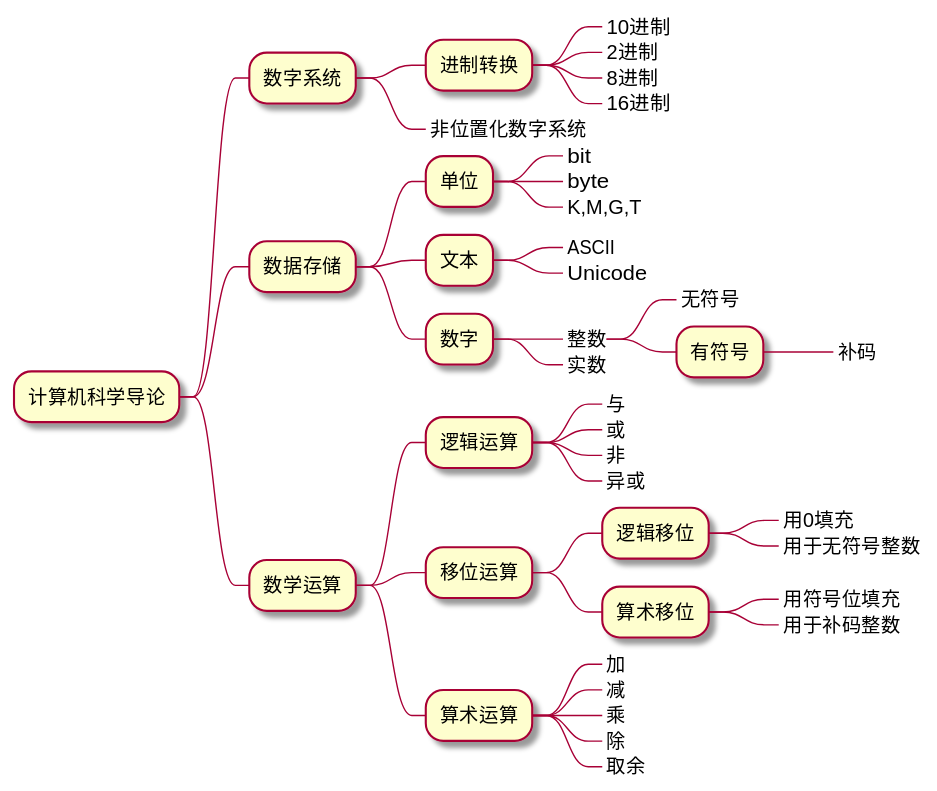
Above: img/overview.svg in linc5403/cs-intro (PlantUML), before the change. Source of this version:
```plantuml
@startmindmap
* 计算机科学导论
** 数字系统
*** 进制转换
****_ 10进制
****_ 2进制
****_ 8进制
****_ 16进制
***_ 非位置化数字系统
** 数据存储
*** 单位
****_ bit
****_ byte
****_ K,M,G,T
*** 文本
****_ ASCII
****_ Unicode
*** 数字
****_ 整数
*****_ 无符号
***** 有符号
******_ 补码
****_ 实数
** 数学运算
*** 逻辑运算
****_ 与
****_ 或
****_ 非
****_ 异或
*** 移位运算
**** 逻辑移位
*****_ 用0填充
*****_ 用于无符号整数
**** 算术移位
*****_ 用符号位填充
*****_ 用于补码整数
*** 算术运算
****_ 加
****_ 减
****_ 乘
****_ 除
****_ 取余
@endmindmap
```
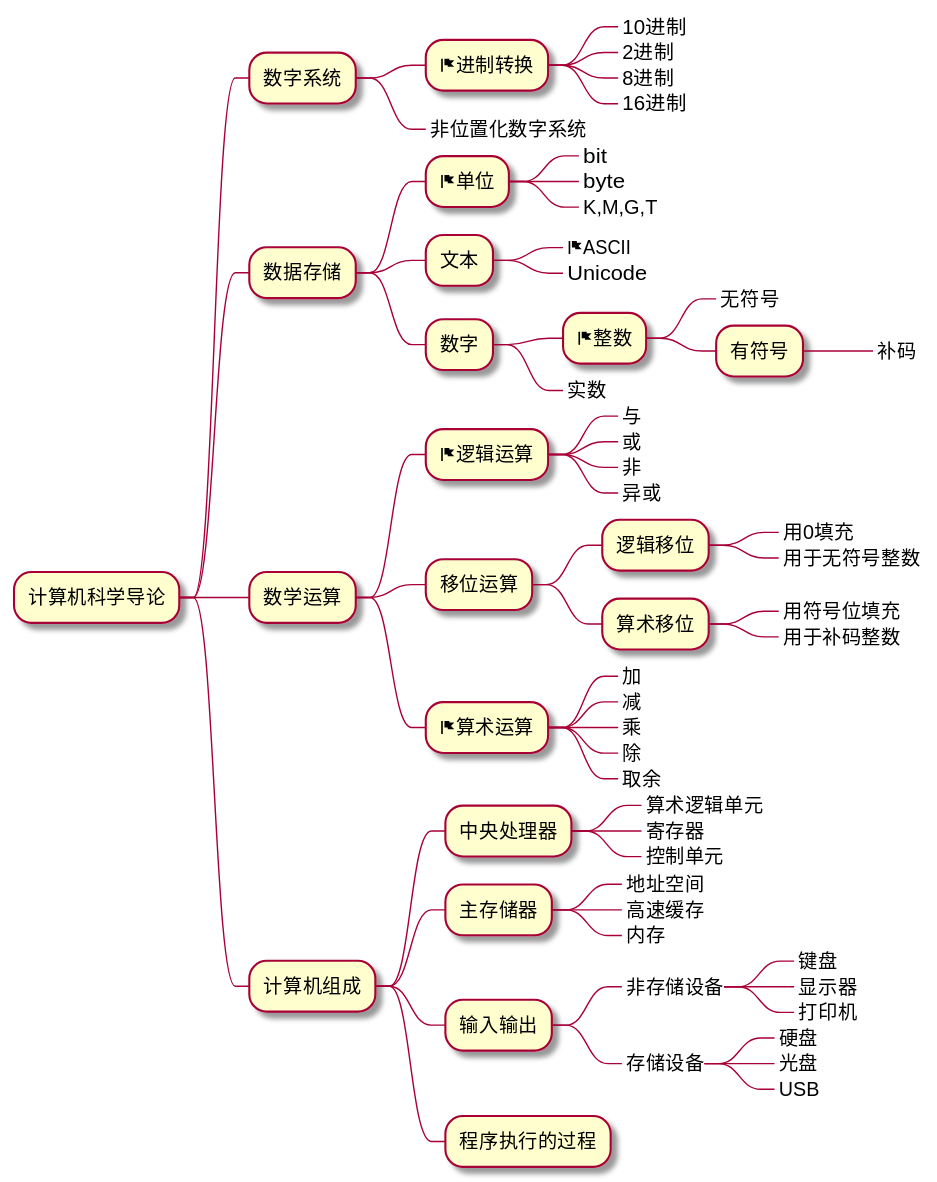
The same file after the commit.

Change to the diagram source:
```diff
@@ -1,28 +1,28 @@
 @startmindmap
 * 计算机科学导论
 ** 数字系统
-*** 进制转换
+*** <&flag>进制转换
 ****_ 10进制
 ****_ 2进制
 ****_ 8进制
 ****_ 16进制
 ***_ 非位置化数字系统
 ** 数据存储
-*** 单位
+*** <&flag>单位
 ****_ bit
 ****_ byte
 ****_ K,M,G,T
 *** 文本
-****_ ASCII
+****_ <&flag>ASCII
 ****_ Unicode
 *** 数字
-****_ 整数
+**** <&flag>整数
 *****_ 无符号
 ***** 有符号
 ******_ 补码
 ****_ 实数
 ** 数学运算
-*** 逻辑运算
+*** <&flag>逻辑运算
 ****_ 与
 ****_ 或
 ****_ 非
@@ -34,10 +34,29 @@
 **** 算术移位
 *****_ 用符号位填充
 *****_ 用于补码整数
-*** 算术运算
+*** <&flag>算术运算
 ****_ 加
 ****_ 减
 ****_ 乘
 ****_ 除
 ****_ 取余
+** 计算机组成
+*** 中央处理器
+****_ 算术逻辑单元
+****_ 寄存器
+****_ 控制单元
+*** 主存储器
+****_ 地址空间
+****_ 高速缓存
+****_ 内存
+*** 输入输出
+****_ 非存储设备
+*****_ 键盘
+*****_ 显示器
+*****_ 打印机
+****_ 存储设备
+*****_ 硬盘
+*****_ 光盘
+*****_ USB
+*** 程序执行的过程
 @endmindmap
```
